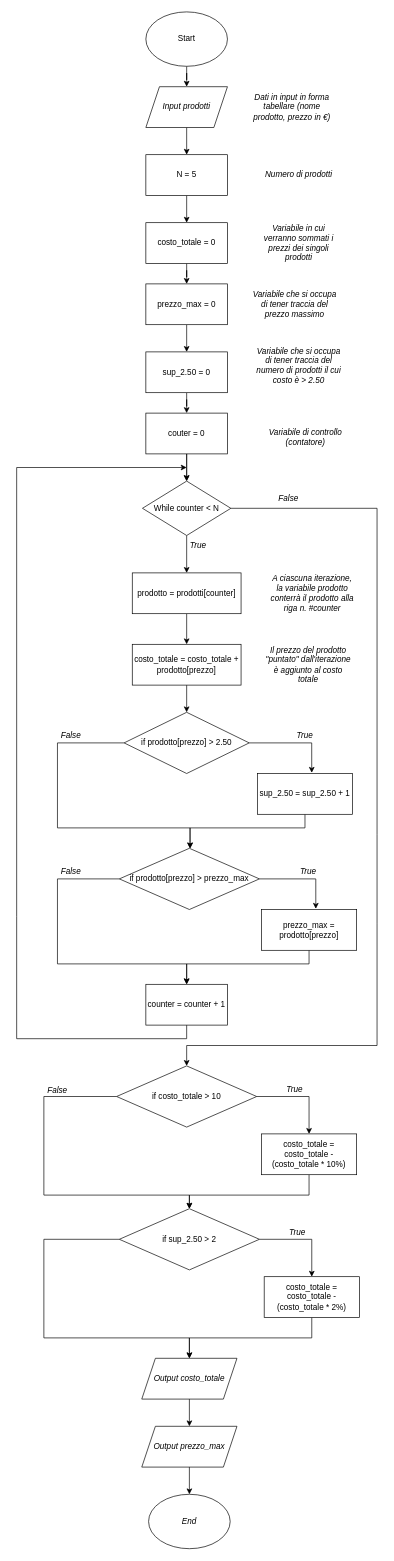
Before: 3TLS/10-dic/soluzione.drawio in teaching-it/Cellini-21-22, a draw.io diagram. Source tidied: cells renumbered, new cells numbered last; positions are measured from the earlier drawing's top-left corner, leaving out a move shared by most shapes. Both pictures are drawn from the tidied source at 68%, with x=0, y=0 at pixel (16, 12).
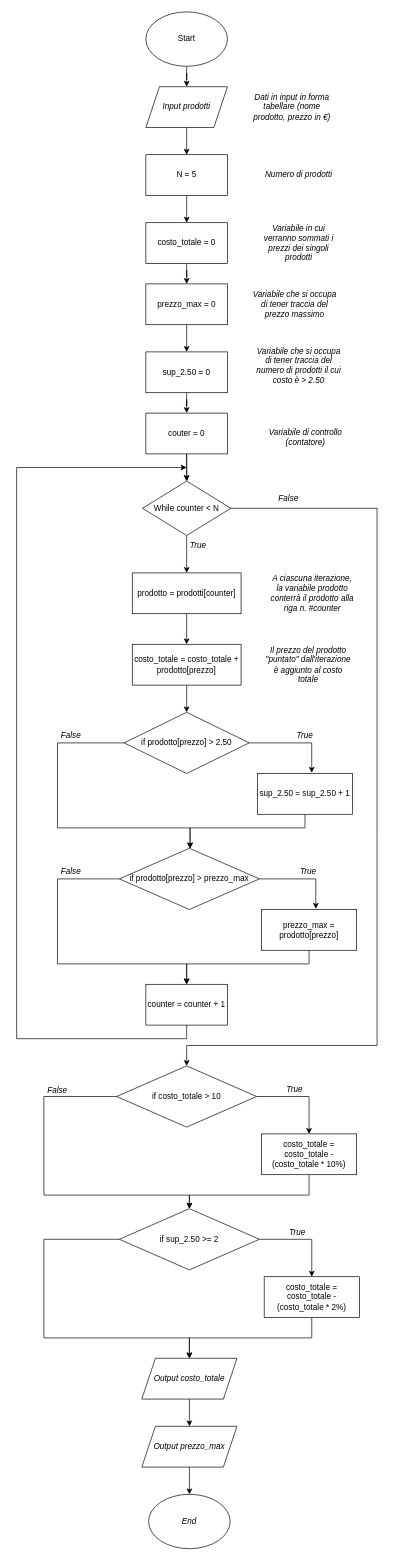
After the change.

Commit message:
3TLS: corretto errore su condizione if

The edit, as a diff of the source:
```diff
@@
-    <mxCell id="58" value="if sup_2.50 &amp;gt; 2" style="rhombus;whiteSpace=wrap;html=1;" parent="1" vertex="1">
+    <mxCell id="58" value="if sup_2.50 &amp;gt;= 2" style="rhombus;whiteSpace=wrap;html=1;" parent="1" vertex="1">
       <mxGeometry x="151" y="1760" width="206" height="90" as="geometry" />
     </mxCell>
```
